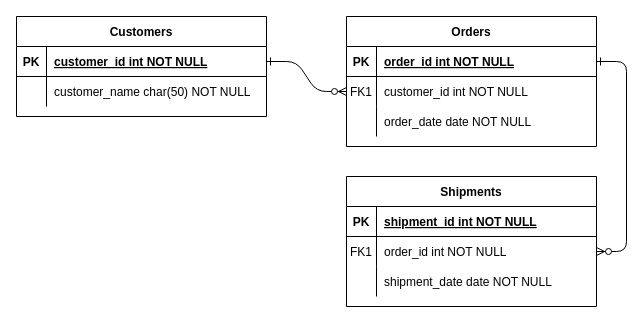
This is Entity Relationship Diagram.drawio from FullOfDelirium/Employment-agency, a draw.io file, before an edit. Source tidied: cells renumbered, new cells numbered last; positions are measured from the earlier drawing's top-left corner, leaving out a move shared by most shapes. Both pictures are drawn from the tidied source at 100%, with x=0, y=0 at pixel (16, 16).
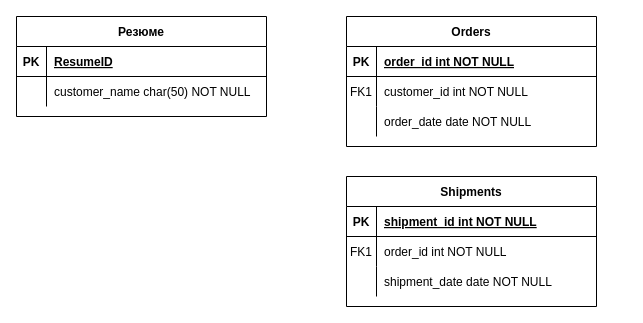
After the change.

The change refers to these unchanged cells:
```xml
<mxCell id="5" style="shape=partialRectangle;fillColor=none;points=[[0,0.5],[1,0.5]];portConstraint=eastwest;top=0;left=0;right=0;bottom=1;" parent="4" vertex="1">
  <mxGeometry y="30" width="250" height="30" as="geometry" />
</mxCell>
<mxCell id="8" style="shape=partialRectangle;fillColor=none;points=[[0,0.5],[1,0.5]];portConstraint=eastwest;top=0;left=0;right=0;bottom=0;" parent="4" vertex="1">
  <mxGeometry y="60" width="250" height="30" as="geometry" />
</mxCell>
<mxCell id="18" style="shape=partialRectangle;fillColor=none;points=[[0,0.5],[1,0.5]];portConstraint=eastwest;top=0;left=0;right=0;bottom=0;" parent="14" vertex="1">
  <mxGeometry y="60" width="250" height="30" as="geometry" />
</mxCell>
<mxCell id="25" style="shape=partialRectangle;fillColor=none;points=[[0,0.5],[1,0.5]];portConstraint=eastwest;top=0;left=0;right=0;bottom=1;" parent="24" vertex="1">
  <mxGeometry y="30" width="250" height="30" as="geometry" />
</mxCell>
```

The edit, as a diff of the source:
```diff
@@
-    <mxCell id="2" style="edgeStyle=entityRelationEdgeStyle;endArrow=ERzeroToMany;startArrow=ERone;endFill=1;startFill=0;" parent="1" edge="1" source="25" target="8">
-      <mxGeometry relative="1" as="geometry" />
-    </mxCell>
-    <mxCell id="3" style="edgeStyle=entityRelationEdgeStyle;endArrow=ERzeroToMany;startArrow=ERone;endFill=1;startFill=0;" parent="1" edge="1" source="5" target="18">
-      <mxGeometry relative="1" as="geometry" />
-    </mxCell>
@@
-    <mxCell id="24" value="Customers" style="shape=table;startSize=30;childLayout=tableLayout;rowLines=0;fontStyle=1;align=center;" parent="1" vertex="1">
+    <mxCell id="24" value="Резюме" style="shape=table;startSize=30;childLayout=tableLayout;rowLines=0;fontStyle=1;align=center;" parent="1" vertex="1">
       <mxGeometry width="250" height="100" as="geometry" />
     </mxCell>
@@
-    <mxCell id="27" value="customer_id int NOT NULL " style="shape=partialRectangle;overflow=hidden;fillColor=none;top=0;left=0;bottom=0;right=0;align=left;spacingLeft=6;fontStyle=5;" parent="25" vertex="1">
+    <mxCell id="27" value="ResumeID" style="shape=partialRectangle;overflow=hidden;fillColor=none;top=0;left=0;bottom=0;right=0;align=left;spacingLeft=6;fontStyle=5;" parent="25" vertex="1">
       <mxGeometry x="30" width="220" height="30" as="geometry" />
     </mxCell>
```
